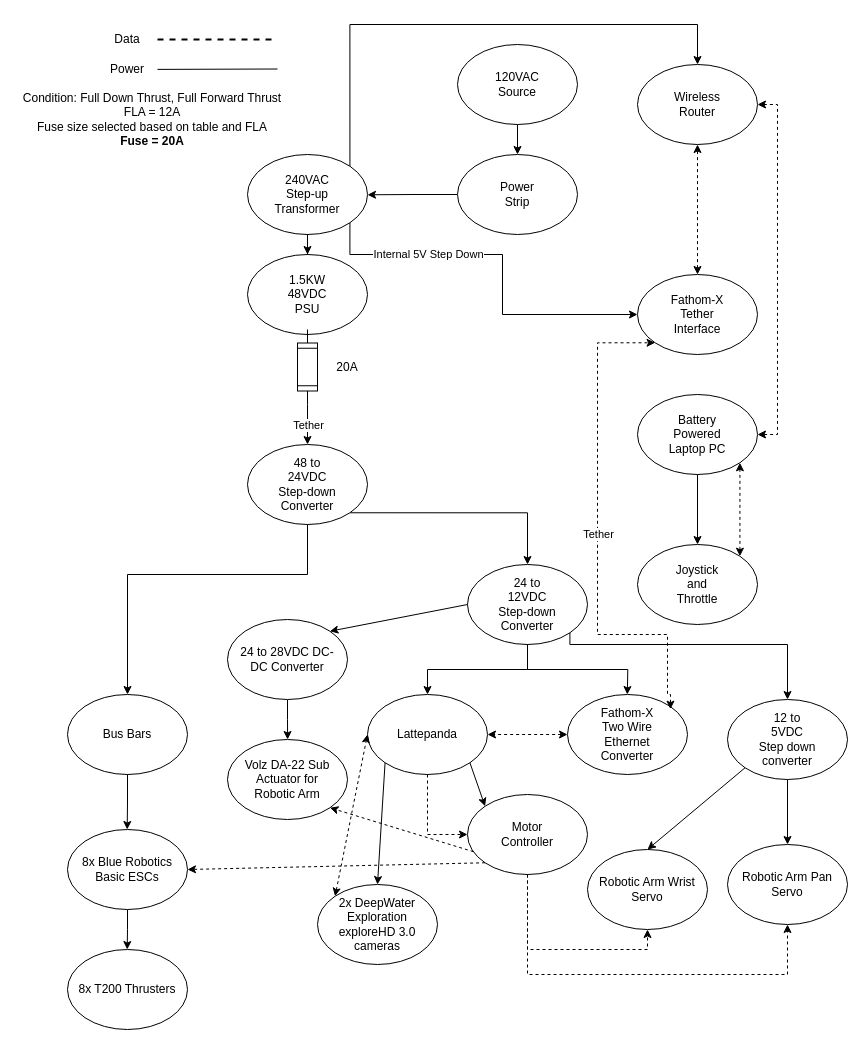
This is Untitled Diagram.drawio from markt006/MATEROVSIDS, a draw.io file, before an edit. Source tidied: cells renumbered, new cells numbered last; positions are measured from the earlier drawing's top-left corner, leaving out a move shared by most shapes. Both pictures are drawn from the tidied source at 100%, with x=0, y=0 at pixel (17, 24).
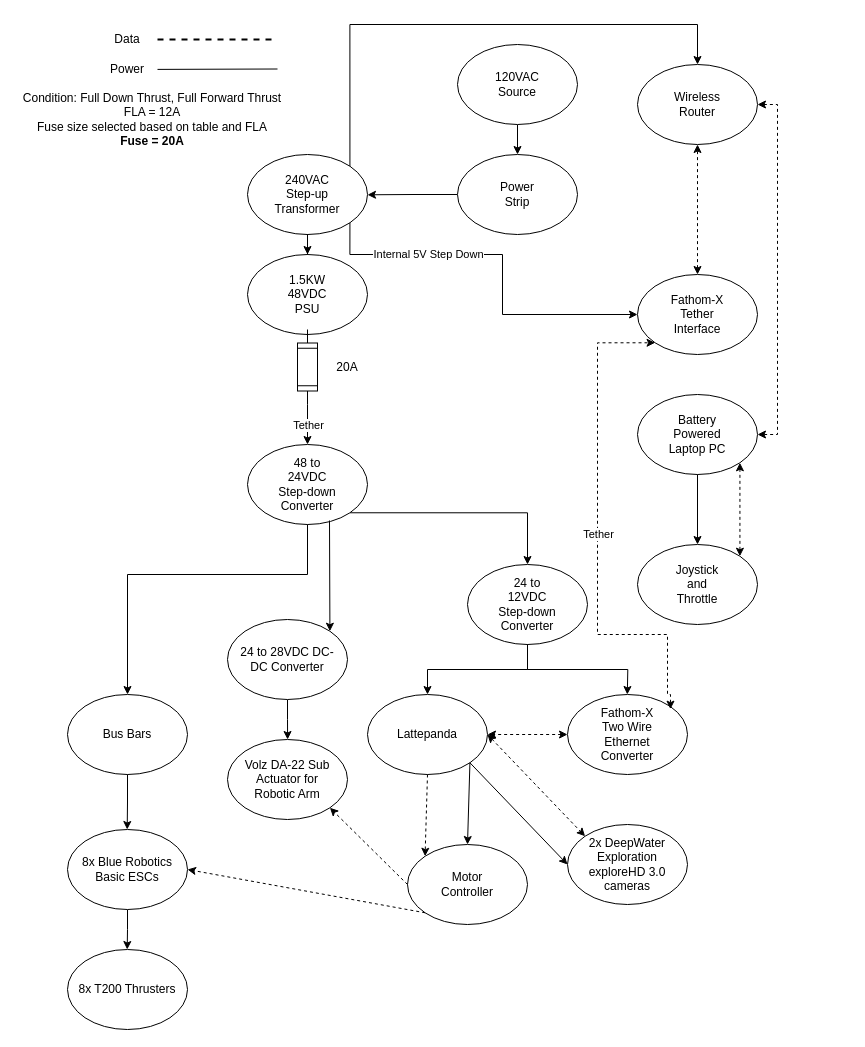
The same diagram, later.

Unchanged cells that the change refers to:
```xml
<mxCell id="40" style="group;" parent="1" vertex="1">
  <mxGeometry x="230" y="420" width="460" height="550" as="geometry" />
</mxCell>
<mxCell id="46" style="ellipse;whiteSpace=wrap;html=1;" parent="45" vertex="1">
  <mxGeometry width="120" height="80" as="geometry" />
</mxCell>
<mxCell id="52" style="ellipse;whiteSpace=wrap;html=1;" parent="51" vertex="1">
  <mxGeometry width="120" height="80" as="geometry" />
</mxCell>
<mxCell id="57" style="ellipse;whiteSpace=wrap;html=1;" parent="56" vertex="1">
  <mxGeometry width="120" height="80" as="geometry" />
</mxCell>
<mxCell id="68" style="ellipse;whiteSpace=wrap;html=1;" parent="66" vertex="1">
  <mxGeometry width="120" height="80" as="geometry" />
</mxCell>
<mxCell id="71" style="ellipse;whiteSpace=wrap;html=1;" parent="70" vertex="1">
  <mxGeometry width="120" height="80" as="geometry" />
</mxCell>
```

The edit, as a diff of the source:
```diff
@@
     <mxCell id="44" style="group;" parent="40" vertex="1">
-      <mxGeometry x="120" y="120" width="340" height="365" as="geometry" />
+      <mxGeometry x="120" y="120" width="340" height="400" as="geometry" />
     </mxCell>
@@
     <mxCell id="56" style="group;" parent="44" vertex="1">
-      <mxGeometry x="100" y="230" width="120" height="80" as="geometry" />
+      <mxGeometry x="40" y="280" width="120" height="80" as="geometry" />
     </mxCell>
@@
-    <mxCell id="59" style="rounded=0;jettySize=auto;html=1;exitX=1;exitY=1;exitDx=0;exitDy=0;entryX=0;entryY=0;entryDx=0;entryDy=0;" parent="44" edge="1" source="52" target="57">
+    <mxCell id="59" style="rounded=0;jettySize=auto;html=1;exitX=1;exitY=1;exitDx=0;exitDy=0;entryX=0.5;entryY=0;entryDx=0;entryDy=0;" parent="44" edge="1" source="52" target="57">
       <mxGeometry relative="1" as="geometry" />
     </mxCell>
-    <mxCell id="60" style="edgeStyle=orthogonalEdgeStyle;rounded=0;jettySize=auto;html=1;exitX=0.5;exitY=1;exitDx=0;exitDy=0;entryX=0;entryY=0.5;entryDx=0;entryDy=0;dashed=1;" parent="44" edge="1" source="52" target="57">
+    <mxCell id="60" style="rounded=0;jettySize=auto;html=1;exitX=0.5;exitY=1;exitDx=0;exitDy=0;entryX=0;entryY=0;entryDx=0;entryDy=0;dashed=1;" parent="44" edge="1" source="52" target="57">
       <mxGeometry relative="1" as="geometry" />
     </mxCell>
@@
-    <mxCell id="62" style="group;" parent="44" vertex="1">
-      <mxGeometry x="220" y="285" width="120" height="80" as="geometry" />
-    </mxCell>
-    <mxCell id="63" style="ellipse;whiteSpace=wrap;html=1;" parent="62" vertex="1">
-      <mxGeometry width="120" height="80" as="geometry" />
-    </mxCell>
-    <mxCell id="64" value="Robotic Arm Wrist Servo" style="text;html=1;align=center;verticalAlign=middle;whiteSpace=wrap;rounded=0;" parent="62" vertex="1" collapsed="1">
-      <mxGeometry x="10" y="25" width="100" height="30" as="geometry" />
-    </mxCell>
-    <mxCell id="65" style="edgeStyle=orthogonalEdgeStyle;rounded=0;jettySize=auto;html=1;exitX=0.5;exitY=1;exitDx=0;exitDy=0;entryX=0.5;entryY=1;entryDx=0;entryDy=0;dashed=1;" parent="44" edge="1" source="57" target="63">
-      <mxGeometry relative="1" as="geometry" />
-    </mxCell>
+    <mxCell id="75" value="&lt;div&gt;2x DeepWater Exploration exploreHD 3.0 cameras&lt;/div&gt;" style="ellipse;whiteSpace=wrap;html=1;" parent="44" vertex="1">
+      <mxGeometry x="200" y="260" width="120" height="80" as="geometry" />
+    </mxCell>
+    <mxCell id="111" style="rounded=0;jettySize=auto;html=1;exitX=1;exitY=1;exitDx=0;exitDy=0;entryX=0;entryY=0.5;entryDx=0;entryDy=0;" parent="44" edge="1" source="52" target="75">
+      <mxGeometry relative="1" as="geometry" />
+    </mxCell>
+    <mxCell id="112" style="rounded=0;jettySize=auto;html=1;exitX=1;exitY=0.5;exitDx=0;exitDy=0;entryX=0;entryY=0;entryDx=0;entryDy=0;dashed=1;startArrow=classic;startFill=1;" parent="44" edge="1" source="52" target="75">
+      <mxGeometry relative="1" as="geometry" />
+    </mxCell>
@@
-    <mxCell id="73" style="rounded=0;jettySize=auto;html=1;exitX=0;exitY=0.5;exitDx=0;exitDy=0;entryX=1;entryY=0;entryDx=0;entryDy=0;" parent="40" edge="1" source="46" target="68">
-      <mxGeometry relative="1" as="geometry" />
-    </mxCell>
-    <mxCell id="74" style="rounded=0;jettySize=auto;html=1;exitX=0;exitY=0;exitDx=0;exitDy=0;entryX=0;entryY=0.5;entryDx=0;entryDy=0;dashed=1;startArrow=classic;startFill=1;" parent="40" edge="1" source="75" target="52">
-      <mxGeometry relative="1" as="geometry" />
-    </mxCell>
-    <mxCell id="75" value="&lt;div&gt;2x DeepWater Exploration exploreHD 3.0 cameras&lt;/div&gt;" style="ellipse;whiteSpace=wrap;html=1;" parent="40" vertex="1">
-      <mxGeometry x="70" y="440" width="120" height="80" as="geometry" />
-    </mxCell>
-    <mxCell id="76" style="rounded=0;jettySize=auto;html=1;exitX=0;exitY=1;exitDx=0;exitDy=0;entryX=0.5;entryY=0;entryDx=0;entryDy=0;" parent="40" edge="1" source="52" target="75">
-      <mxGeometry relative="1" as="geometry" />
-    </mxCell>
+    <mxCell id="113" style="endArrow=classic;html=1;rounded=0;entryX=1;entryY=0;entryDx=0;entryDy=0;" parent="40" edge="1" target="68">
+      <mxGeometry relative="1" as="geometry">
+        <mxPoint x="82" y="76" as="sourcePoint" />
+      </mxGeometry>
+    </mxCell>
-    <mxCell id="77" style="rounded=0;jettySize=auto;html=1;exitX=0.05;exitY=0.715;exitDx=0;exitDy=0;entryX=1;entryY=1;entryDx=0;entryDy=0;dashed=1;exitPerimeter=0;" parent="40" edge="1" source="57" target="71">
+    <mxCell id="77" style="rounded=0;jettySize=auto;html=1;exitX=0;exitY=0.5;exitDx=0;exitDy=0;entryX=1;entryY=1;entryDx=0;entryDy=0;dashed=1;" parent="40" edge="1" source="57" target="71">
       <mxGeometry relative="1" as="geometry" />
     </mxCell>
@@
-    <mxCell id="94" style="group;" parent="1" vertex="1">
-      <mxGeometry x="710" y="675" width="120" height="80" as="geometry" />
-    </mxCell>
-    <mxCell id="95" style="ellipse;whiteSpace=wrap;html=1;" parent="94" vertex="1">
-      <mxGeometry width="120" height="80" as="geometry" />
-    </mxCell>
-    <mxCell id="96" value="12 to 5VDC Step down converter" style="text;html=1;align=center;verticalAlign=middle;whiteSpace=wrap;rounded=0;" parent="94" vertex="1" collapsed="1">
-      <mxGeometry x="30" y="25" width="60" height="30" as="geometry" />
-    </mxCell>
-    <mxCell id="97" style="edgeStyle=orthogonalEdgeStyle;rounded=0;jettySize=auto;html=1;exitX=1;exitY=1;exitDx=0;exitDy=0;entryX=0.5;entryY=0;entryDx=0;entryDy=0;" parent="1" edge="1" source="46" target="95">
-      <mxGeometry relative="1" as="geometry">
-        <Array as="points">
-          <mxPoint x="553" y="620" />
-          <mxPoint x="770" y="620" />
-        </Array>
-      </mxGeometry>
-    </mxCell>
-    <mxCell id="98" style="group;" parent="1" vertex="1">
-      <mxGeometry x="710" y="820" width="120" height="80" as="geometry" />
-    </mxCell>
-    <mxCell id="99" style="ellipse;whiteSpace=wrap;html=1;" parent="98" vertex="1">
-      <mxGeometry width="120" height="80" as="geometry" />
-    </mxCell>
-    <mxCell id="100" value="Robotic Arm Pan Servo" style="text;html=1;align=center;verticalAlign=middle;whiteSpace=wrap;rounded=0;" parent="98" vertex="1" collapsed="1">
-      <mxGeometry x="10" y="25" width="100" height="30" as="geometry" />
-    </mxCell>
-    <mxCell id="101" style="rounded=0;jettySize=auto;html=1;exitX=0;exitY=1;exitDx=0;exitDy=0;entryX=0.5;entryY=0;entryDx=0;entryDy=0;" parent="1" edge="1" source="95" target="63">
-      <mxGeometry relative="1" as="geometry" />
-    </mxCell>
-    <mxCell id="102" style="edgeStyle=orthogonalEdgeStyle;rounded=0;jettySize=auto;html=1;exitX=0.5;exitY=1;exitDx=0;exitDy=0;entryX=0.5;entryY=0;entryDx=0;entryDy=0;" parent="1" edge="1" source="95" target="99">
-      <mxGeometry relative="1" as="geometry" />
-    </mxCell>
-    <mxCell id="103" style="edgeStyle=orthogonalEdgeStyle;rounded=0;jettySize=auto;html=1;exitX=0.5;exitY=1;exitDx=0;exitDy=0;entryX=0.5;entryY=1;entryDx=0;entryDy=0;dashed=1;" parent="1" edge="1" source="57" target="99">
-      <mxGeometry relative="1" as="geometry">
-        <Array as="points">
-          <mxPoint x="510" y="950" />
-          <mxPoint x="770" y="950" />
-        </Array>
-      </mxGeometry>
-    </mxCell>
```
